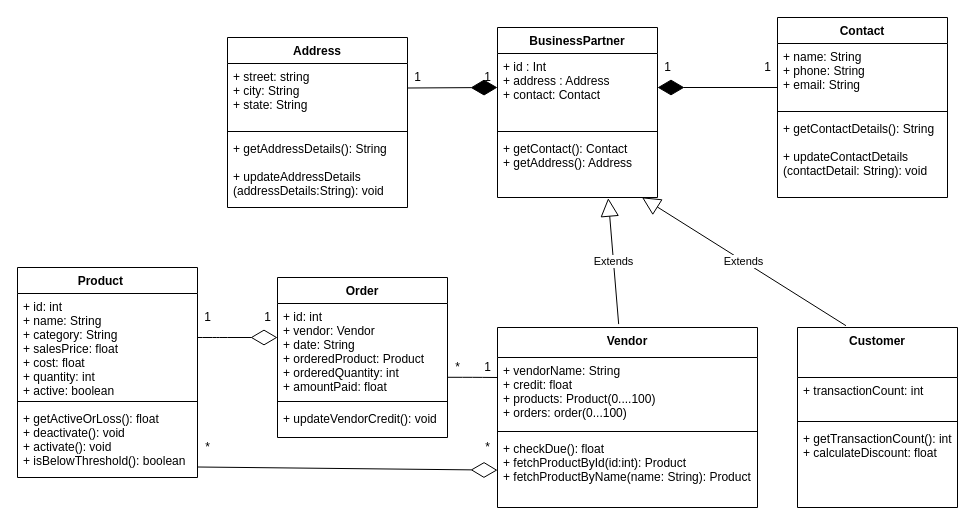
Earlier version of the draw.io diagram IMS class diagram.drawio (Ajit-bharathan/GitUpgradExample). Source tidied: cells renumbered, new cells numbered last; positions are measured from the earlier drawing's top-left corner, leaving out a move shared by most shapes. Both pictures are drawn from the tidied source at 100%, with x=0, y=0 at pixel (17, 17).
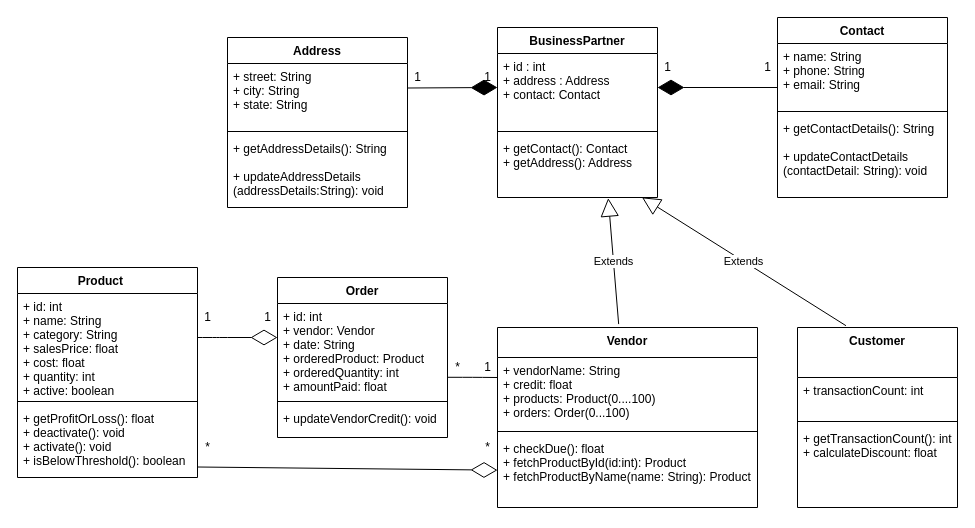
After the change.

The change refers to these unchanged cells:
```xml
<mxCell id="2" value="Address" style="swimlane;fontStyle=1;align=center;verticalAlign=top;horizontal=1;startSize=26;" parent="1" vertex="1">
  <mxGeometry x="210" y="20" width="180" height="170" as="geometry" />
</mxCell>
<mxCell id="6" value="BusinessPartner" style="swimlane;fontStyle=1;align=center;verticalAlign=top;horizontal=1;startSize=26;" parent="1" vertex="1">
  <mxGeometry x="480" y="10" width="160" height="170" as="geometry" />
</mxCell>
<mxCell id="16" value="Product    " style="swimlane;fontStyle=1;align=center;verticalAlign=top;horizontal=1;startSize=26;" parent="1" vertex="1">
  <mxGeometry y="250" width="180" height="210" as="geometry" />
</mxCell>
<mxCell id="24" value="Vendor&#10;" style="swimlane;fontStyle=1;align=center;verticalAlign=top;horizontal=1;startSize=30;" parent="1" vertex="1">
  <mxGeometry x="480" y="310" width="260" height="180" as="geometry" />
</mxCell>
```

Change to the diagram source:
```diff
@@
-    <mxCell id="3" value="+ street: string&#10;+ city: String&#10;+ state: String&#10;" style="text;strokeColor=none;fillColor=none;align=left;verticalAlign=top;spacingLeft=4;spacingRight=4;overflow=hidden;" parent="2" vertex="1">
+    <mxCell id="3" value="+ street: String&#10;+ city: String&#10;+ state: String&#10;" style="text;strokeColor=none;fillColor=none;align=left;verticalAlign=top;spacingLeft=4;spacingRight=4;overflow=hidden;" parent="2" vertex="1">
       <mxGeometry y="26" width="180" height="64" as="geometry" />
     </mxCell>
@@
-    <mxCell id="7" value="+ id : Int&#10;+ address : Address&#10;+ contact: Contact" style="text;strokeColor=none;fillColor=none;align=left;verticalAlign=top;spacingLeft=4;spacingRight=4;overflow=hidden;" parent="6" vertex="1">
+    <mxCell id="7" value="+ id : int&#10;+ address : Address&#10;+ contact: Contact" style="text;strokeColor=none;fillColor=none;align=left;verticalAlign=top;spacingLeft=4;spacingRight=4;overflow=hidden;" parent="6" vertex="1">
       <mxGeometry y="26" width="160" height="74" as="geometry" />
     </mxCell>
@@
-    <mxCell id="19" value="+ getActiveOrLoss(): float&#10;+ deactivate(): void&#10;+ activate(): void&#10;+ isBelowThreshold(): boolean" style="text;strokeColor=none;fillColor=none;align=left;verticalAlign=top;spacingLeft=4;spacingRight=4;overflow=hidden;" parent="16" vertex="1">
+    <mxCell id="19" value="+ getProfitOrLoss(): float&#10;+ deactivate(): void&#10;+ activate(): void&#10;+ isBelowThreshold(): boolean" style="text;strokeColor=none;fillColor=none;align=left;verticalAlign=top;spacingLeft=4;spacingRight=4;overflow=hidden;" parent="16" vertex="1">
       <mxGeometry y="138" width="180" height="72" as="geometry" />
     </mxCell>
@@
-    <mxCell id="25" value="+ vendorName: String&#10;+ credit: float&#10;+ products: Product(0....100)&#10;+ orders: order(0...100)&#10;" style="text;strokeColor=none;fillColor=none;align=left;verticalAlign=top;spacingLeft=4;spacingRight=4;overflow=hidden;" parent="24" vertex="1">
+    <mxCell id="25" value="+ vendorName: String&#10;+ credit: float&#10;+ products: Product(0....100)&#10;+ orders: Order(0...100)&#10;" style="text;strokeColor=none;fillColor=none;align=left;verticalAlign=top;spacingLeft=4;spacingRight=4;overflow=hidden;" parent="24" vertex="1">
       <mxGeometry y="30" width="260" height="70" as="geometry" />
     </mxCell>
```
